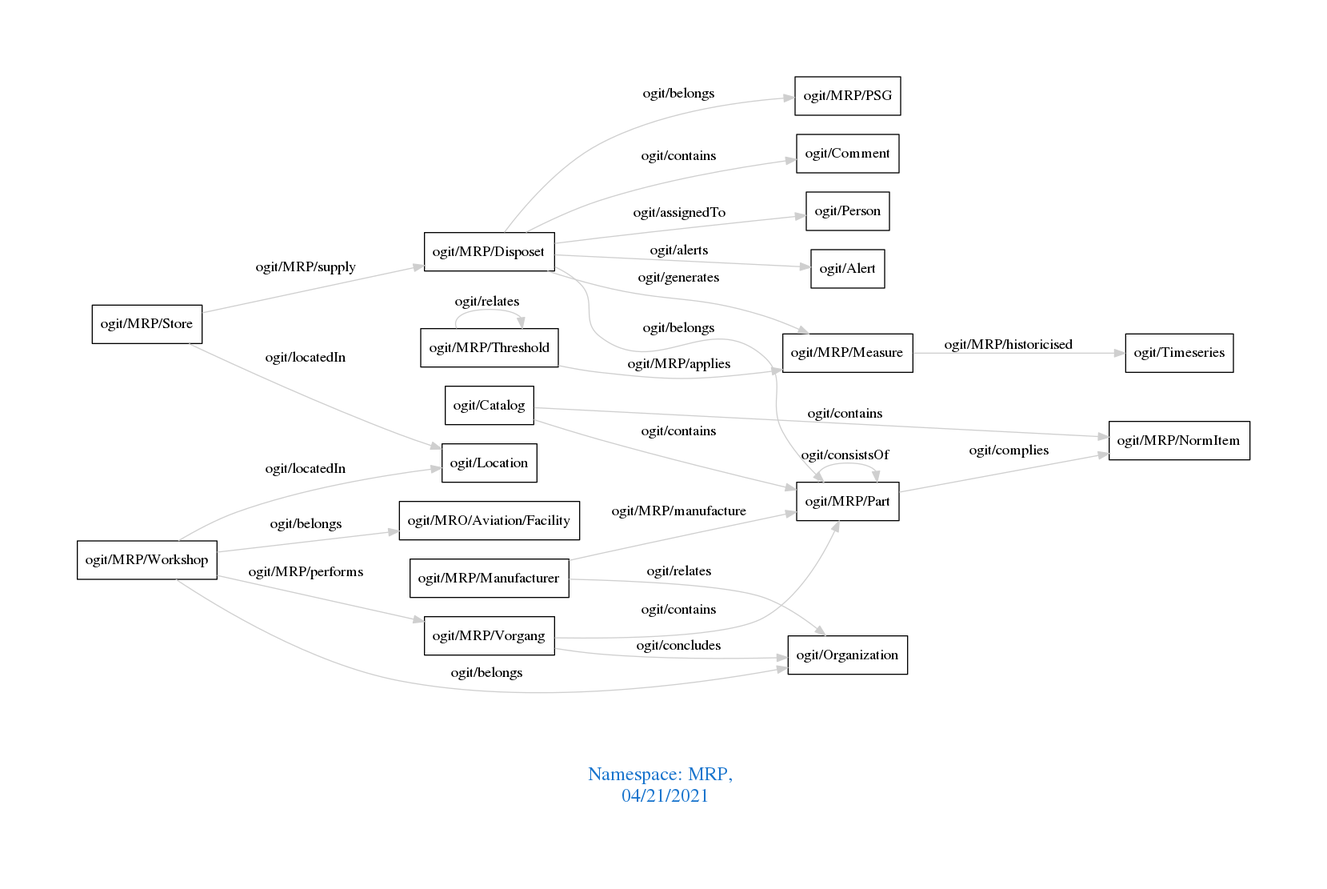
This is downloads/MRP.png from arago/OGIT, a Graphviz export, as it was before one commit. Its source is kept beside it as downloads/MRP.dot. Source of this version:
```dot
digraph OGIT_ontology {
 graph [ rankdir= LR,pad=1
fontsize = 18,
fontcolor= dodgerblue3,label = "\n\n\nNamespace: MRP, \n 04/21/2021"];
node[shape=polygon];
edge [  color="gray81"];

   "ogit/MRP/Disposet" -> "ogit/Comment" [label="   ogit/contains    "];
   "ogit/MRP/Vorgang" -> "ogit/MRP/Part" [label="   ogit/contains    "];
   "ogit/Catalog" -> "ogit/MRP/NormItem" [label="   ogit/contains    "];
   "ogit/Catalog" -> "ogit/MRP/Part" [label="   ogit/contains    "];
   "ogit/MRP/Vorgang" -> "ogit/Organization" [label="   ogit/concludes    "];
   "ogit/MRP/Disposet" -> "ogit/Person" [label="   ogit/assignedTo    "];
   "ogit/MRP/Disposet" -> "ogit/MRP/Measure" [label="   ogit/generates    "];
   "ogit/MRP/Threshold" -> "ogit/MRP/Measure" [label="   ogit/MRP/applies    "];
   "ogit/MRP/Part" -> "ogit/MRP/NormItem" [label="   ogit/complies    "];
   "ogit/MRP/Workshop" -> "ogit/MRP/Vorgang" [label="   ogit/MRP/performs    "];
   "ogit/MRP/Disposet" -> "ogit/Alert" [label="   ogit/alerts    "];
   "ogit/MRP/Store" -> "ogit/Location" [label="   ogit/locatedIn    "];
   "ogit/MRP/Workshop" -> "ogit/Location" [label="   ogit/locatedIn    "];
   "ogit/MRP/Measure" -> "ogit/Timeseries" [label="   ogit/MRP/historicised    "];
   "ogit/MRP/Manufacturer" -> "ogit/MRP/Part" [label="   ogit/MRP/manufacture    "];
   "ogit/MRP/Store" -> "ogit/MRP/Disposet" [label="   ogit/MRP/supply    "];
   "ogit/MRP/Disposet" -> "ogit/MRP/Part" [label="   ogit/belongs    "];
   "ogit/MRP/Disposet" -> "ogit/MRP/PSG" [label="   ogit/belongs    "];
   "ogit/MRP/Workshop" -> "ogit/MRO/Aviation/Facility" [label="   ogit/belongs    "];
   "ogit/MRP/Workshop" -> "ogit/Organization" [label="   ogit/belongs    "];
   "ogit/MRP/Manufacturer" -> "ogit/Organization" [label="   ogit/relates    "];
   "ogit/MRP/Threshold" -> "ogit/MRP/Threshold" [label="   ogit/relates    "];
   "ogit/MRP/Part" -> "ogit/MRP/Part" [label="   ogit/consistsOf    "];
}
```
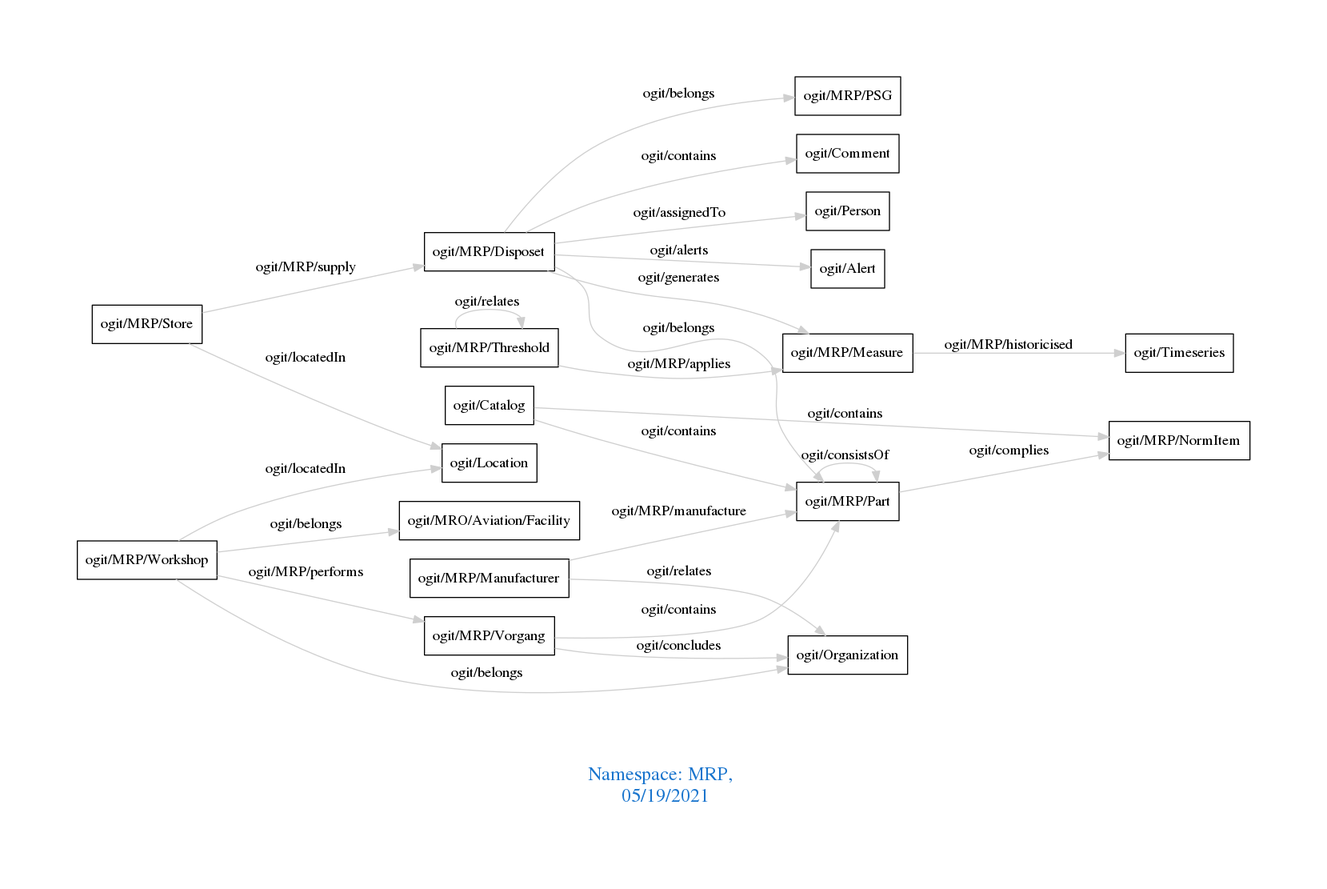
Above is the later version.

Diff of the diagram source:
```diff
@@ -1,7 +1,7 @@
 digraph OGIT_ontology {
  graph [ rankdir= LR,pad=1
 fontsize = 18,
-fontcolor= dodgerblue3,label = "\n\n\nNamespace: MRP, \n 04/21/2021"];
+fontcolor= dodgerblue3,label = "\n\n\nNamespace: MRP, \n 05/19/2021"];
 node[shape=polygon];
 edge [  color="gray81"];
 
```
